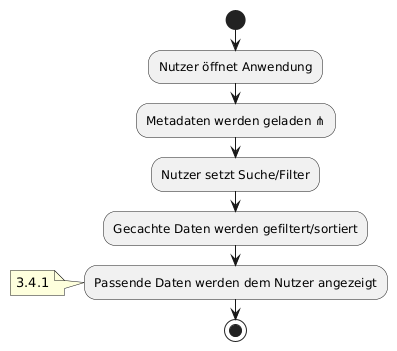
SoftwareEngineeringOne/wiki keeps this PlantUML diagram as wiki/topics/Inkremente/00/Diagramme/Anforderungsanalyse_019.png. Above is the earlier version.
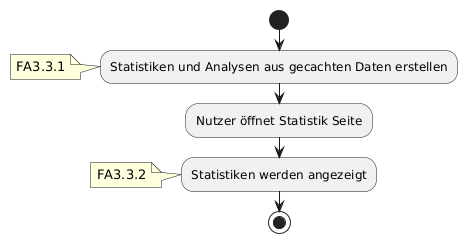
The same file after the commit.

The edit, as a diff of the source:
```diff
@@ -1,11 +1,10 @@
 @startuml
 
 start
-:Nutzer öffnet Anwendung;
-:Metadaten werden geladen ⋔;
-:Nutzer setzt Suche/Filter;
-:Gecachte Daten werden gefiltert/sortiert;
-:Passende Daten werden dem Nutzer angezeigt;
-note: 3.4.1
+:Statistiken und Analysen aus gecachten Daten erstellen;
+note: FA3.3.1
+:Nutzer öffnet Statistik Seite;
+:Statistiken werden angezeigt;
+note: FA3.3.2
 stop
 @enduml
```
